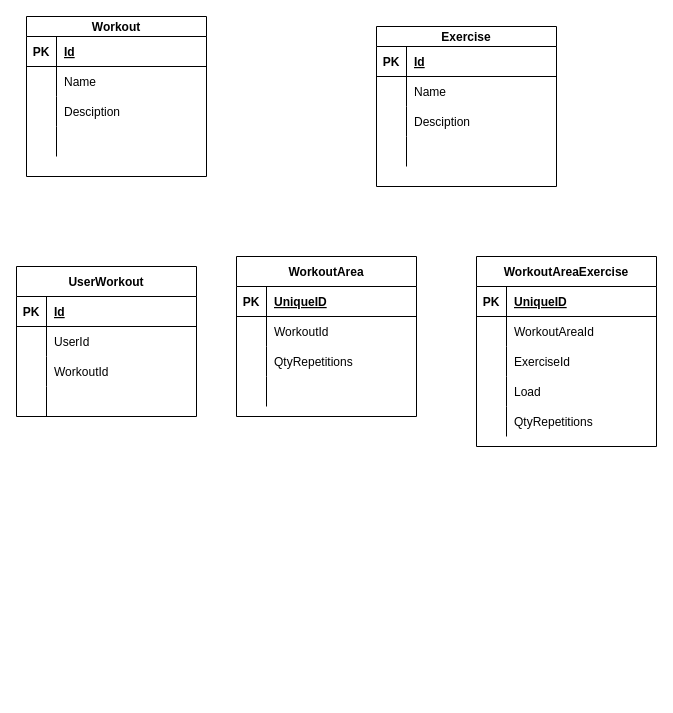
The draw.io diagram Design/DB/dbschema.drawio in jakubmorawski8/GymCore, before the edit. Source tidied: cells renumbered, new cells numbered last; positions are measured from the earlier drawing's top-left corner, leaving out a move shared by most shapes. Both pictures are drawn from the tidied source at 100%, with x=0, y=0 at pixel (16, 16).
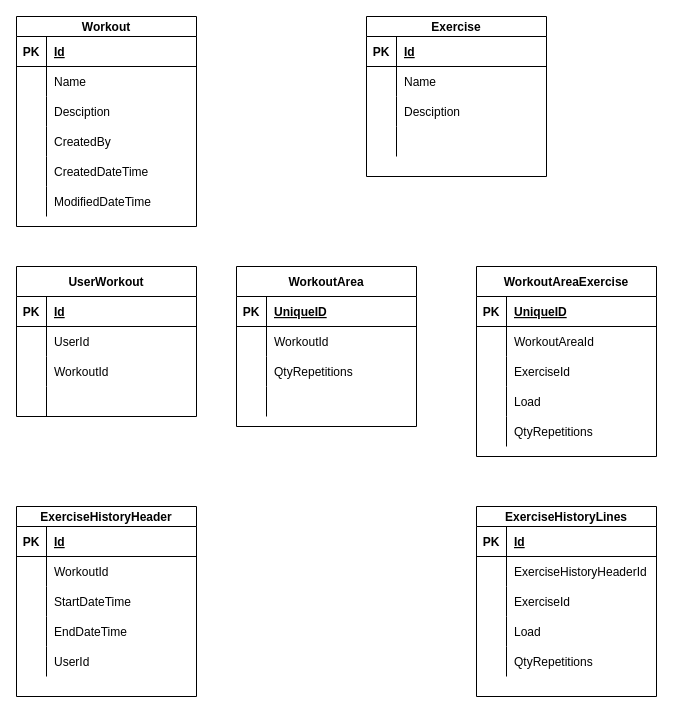
The same diagram, later.

The change refers to these unchanged cells:
```xml
<mxCell id="12" style="shape=partialRectangle;fillColor=none;top=0;left=0;bottom=0;right=0;" parent="2" vertex="1">
  <mxGeometry y="110" width="180" height="30" as="geometry" />
</mxCell>
```

Change to the diagram source:
```diff
@@
     <mxCell id="2" value="Workout" style="shape=table;startSize=20;childLayout=tableLayout;rowLines=0;fontStyle=1;align=center;" parent="1" vertex="1">
-      <mxGeometry x="10" width="180" height="160" as="geometry" />
+      <mxGeometry width="180" height="210" as="geometry" />
     </mxCell>
@@
-    <mxCell id="14" style="shape=partialRectangle;fillColor=none;top=0;left=0;bottom=0;right=0;align=left;spacingLeft=6;overflow=hidden;" parent="12" vertex="1">
+    <mxCell id="14" value="CreatedBy" style="shape=partialRectangle;fillColor=none;top=0;left=0;bottom=0;right=0;align=left;spacingLeft=6;overflow=hidden;" parent="12" vertex="1">
       <mxGeometry x="30" width="150" height="30" as="geometry" />
     </mxCell>
+    <mxCell id="70" style="shape=partialRectangle;fillColor=none;top=0;left=0;bottom=0;right=0;" parent="2" vertex="1">
+      <mxGeometry y="140" width="180" height="30" as="geometry" />
+    </mxCell>
+    <mxCell id="71" style="shape=partialRectangle;fillColor=none;top=0;left=0;bottom=0;right=0;overflow=hidden;" parent="70" vertex="1">
+      <mxGeometry width="30" height="30" as="geometry" />
+    </mxCell>
+    <mxCell id="72" value="CreatedDateTime" style="shape=partialRectangle;fillColor=none;top=0;left=0;bottom=0;right=0;align=left;spacingLeft=6;overflow=hidden;" parent="70" vertex="1">
+      <mxGeometry x="30" width="150" height="30" as="geometry" />
+    </mxCell>
+    <mxCell id="73" style="shape=partialRectangle;fillColor=none;top=0;left=0;bottom=0;right=0;" parent="2" vertex="1">
+      <mxGeometry y="170" width="180" height="30" as="geometry" />
+    </mxCell>
+    <mxCell id="74" style="shape=partialRectangle;fillColor=none;top=0;left=0;bottom=0;right=0;overflow=hidden;" parent="73" vertex="1">
+      <mxGeometry width="30" height="30" as="geometry" />
+    </mxCell>
+    <mxCell id="75" value="ModifiedDateTime" style="shape=partialRectangle;fillColor=none;top=0;left=0;bottom=0;right=0;align=left;spacingLeft=6;overflow=hidden;" parent="73" vertex="1">
+      <mxGeometry x="30" width="150" height="30" as="geometry" />
+    </mxCell>
     <mxCell id="15" value="Exercise" style="shape=table;startSize=20;childLayout=tableLayout;rowLines=0;fontStyle=1;align=center;" parent="1" vertex="1">
-      <mxGeometry x="360" y="10" width="180" height="160" as="geometry" />
+      <mxGeometry x="350" width="180" height="160" as="geometry" />
     </mxCell>
@@
     <mxCell id="41" value="WorkoutArea" style="shape=table;startSize=30;childLayout=tableLayout;rowLines=0;fontStyle=1;align=center;" parent="1" vertex="1">
-      <mxGeometry x="220" y="240" width="180" height="160" as="geometry" />
+      <mxGeometry x="220" y="250" width="180" height="160" as="geometry" />
     </mxCell>
@@
     <mxCell id="54" value="WorkoutAreaExercise" style="shape=table;startSize=30;childLayout=tableLayout;rowLines=0;fontStyle=1;align=center;" parent="1" vertex="1">
-      <mxGeometry x="460" y="240" width="180" height="190" as="geometry" />
+      <mxGeometry x="460" y="250" width="180" height="190" as="geometry" />
     </mxCell>
@@
+    <mxCell id="76" value="ExerciseHistoryHeader" style="shape=table;startSize=20;childLayout=tableLayout;rowLines=0;fontStyle=1;align=center;" parent="1" vertex="1">
+      <mxGeometry y="490" width="180" height="190" as="geometry" />
+    </mxCell>
+    <mxCell id="77" style="shape=partialRectangle;fillColor=none;top=0;left=0;bottom=1;right=0;" parent="76" vertex="1">
+      <mxGeometry y="20" width="180" height="30" as="geometry" />
+    </mxCell>
+    <mxCell id="78" value="PK" style="shape=partialRectangle;fillColor=none;top=0;left=0;bottom=0;right=0;fontStyle=1;overflow=hidden;" parent="77" vertex="1">
+      <mxGeometry width="30" height="30" as="geometry" />
+    </mxCell>
+    <mxCell id="79" value="Id" style="shape=partialRectangle;fillColor=none;top=0;left=0;bottom=0;right=0;align=left;spacingLeft=6;fontStyle=5;overflow=hidden;" parent="77" vertex="1">
+      <mxGeometry x="30" width="150" height="30" as="geometry" />
+    </mxCell>
+    <mxCell id="80" style="shape=partialRectangle;fillColor=none;top=0;left=0;bottom=0;right=0;" parent="76" vertex="1">
+      <mxGeometry y="50" width="180" height="30" as="geometry" />
+    </mxCell>
+    <mxCell id="81" style="shape=partialRectangle;fillColor=none;top=0;left=0;bottom=0;right=0;overflow=hidden;" parent="80" vertex="1">
+      <mxGeometry width="30" height="30" as="geometry" />
+    </mxCell>
+    <mxCell id="82" value="WorkoutId" style="shape=partialRectangle;fillColor=none;top=0;left=0;bottom=0;right=0;align=left;spacingLeft=6;overflow=hidden;" parent="80" vertex="1">
+      <mxGeometry x="30" width="150" height="30" as="geometry" />
+    </mxCell>
+    <mxCell id="83" style="shape=partialRectangle;fillColor=none;top=0;left=0;bottom=0;right=0;" parent="76" vertex="1">
+      <mxGeometry y="80" width="180" height="30" as="geometry" />
+    </mxCell>
+    <mxCell id="84" style="shape=partialRectangle;fillColor=none;top=0;left=0;bottom=0;right=0;overflow=hidden;" parent="83" vertex="1">
+      <mxGeometry width="30" height="30" as="geometry" />
+    </mxCell>
+    <mxCell id="85" value="StartDateTime" style="shape=partialRectangle;fillColor=none;top=0;left=0;bottom=0;right=0;align=left;spacingLeft=6;overflow=hidden;" parent="83" vertex="1">
+      <mxGeometry x="30" width="150" height="30" as="geometry" />
+    </mxCell>
+    <mxCell id="86" style="shape=partialRectangle;fillColor=none;top=0;left=0;bottom=0;right=0;" parent="76" vertex="1">
+      <mxGeometry y="110" width="180" height="30" as="geometry" />
+    </mxCell>
+    <mxCell id="87" style="shape=partialRectangle;fillColor=none;top=0;left=0;bottom=0;right=0;overflow=hidden;" parent="86" vertex="1">
+      <mxGeometry width="30" height="30" as="geometry" />
+    </mxCell>
+    <mxCell id="88" value="EndDateTime" style="shape=partialRectangle;fillColor=none;top=0;left=0;bottom=0;right=0;align=left;spacingLeft=6;overflow=hidden;" parent="86" vertex="1">
+      <mxGeometry x="30" width="150" height="30" as="geometry" />
+    </mxCell>
+    <mxCell id="89" style="shape=partialRectangle;fillColor=none;top=0;left=0;bottom=0;right=0;" parent="76" vertex="1">
+      <mxGeometry y="140" width="180" height="30" as="geometry" />
+    </mxCell>
+    <mxCell id="90" style="shape=partialRectangle;fillColor=none;top=0;left=0;bottom=0;right=0;overflow=hidden;" parent="89" vertex="1">
+      <mxGeometry width="30" height="30" as="geometry" />
+    </mxCell>
+    <mxCell id="91" value="UserId" style="shape=partialRectangle;fillColor=none;top=0;left=0;bottom=0;right=0;align=left;spacingLeft=6;overflow=hidden;" parent="89" vertex="1">
+      <mxGeometry x="30" width="150" height="30" as="geometry" />
+    </mxCell>
+    <mxCell id="92" value="ExerciseHistoryLines" style="shape=table;startSize=20;childLayout=tableLayout;rowLines=0;fontStyle=1;align=center;" parent="1" vertex="1">
+      <mxGeometry x="460" y="490" width="180" height="190" as="geometry" />
+    </mxCell>
+    <mxCell id="93" style="shape=partialRectangle;fillColor=none;top=0;left=0;bottom=1;right=0;" parent="92" vertex="1">
+      <mxGeometry y="20" width="180" height="30" as="geometry" />
+    </mxCell>
+    <mxCell id="94" value="PK" style="shape=partialRectangle;fillColor=none;top=0;left=0;bottom=0;right=0;fontStyle=1;overflow=hidden;" parent="93" vertex="1">
+      <mxGeometry width="30" height="30" as="geometry" />
+    </mxCell>
+    <mxCell id="95" value="Id" style="shape=partialRectangle;fillColor=none;top=0;left=0;bottom=0;right=0;align=left;spacingLeft=6;fontStyle=5;overflow=hidden;" parent="93" vertex="1">
+      <mxGeometry x="30" width="150" height="30" as="geometry" />
+    </mxCell>
+    <mxCell id="96" style="shape=partialRectangle;fillColor=none;top=0;left=0;bottom=0;right=0;" parent="92" vertex="1">
+      <mxGeometry y="50" width="180" height="30" as="geometry" />
+    </mxCell>
+    <mxCell id="97" style="shape=partialRectangle;fillColor=none;top=0;left=0;bottom=0;right=0;overflow=hidden;" parent="96" vertex="1">
+      <mxGeometry width="30" height="30" as="geometry" />
+    </mxCell>
+    <mxCell id="98" value="ExerciseHistoryHeaderId" style="shape=partialRectangle;fillColor=none;top=0;left=0;bottom=0;right=0;align=left;spacingLeft=6;overflow=hidden;" parent="96" vertex="1">
+      <mxGeometry x="30" width="150" height="30" as="geometry" />
+    </mxCell>
+    <mxCell id="99" style="shape=partialRectangle;fillColor=none;top=0;left=0;bottom=0;right=0;" parent="92" vertex="1">
+      <mxGeometry y="80" width="180" height="30" as="geometry" />
+    </mxCell>
+    <mxCell id="100" style="shape=partialRectangle;fillColor=none;top=0;left=0;bottom=0;right=0;overflow=hidden;" parent="99" vertex="1">
+      <mxGeometry width="30" height="30" as="geometry" />
+    </mxCell>
+    <mxCell id="101" value="ExerciseId" style="shape=partialRectangle;fillColor=none;top=0;left=0;bottom=0;right=0;align=left;spacingLeft=6;overflow=hidden;" parent="99" vertex="1">
+      <mxGeometry x="30" width="150" height="30" as="geometry" />
+    </mxCell>
+    <mxCell id="102" style="shape=partialRectangle;fillColor=none;top=0;left=0;bottom=0;right=0;" parent="92" vertex="1">
+      <mxGeometry y="110" width="180" height="30" as="geometry" />
+    </mxCell>
+    <mxCell id="103" style="shape=partialRectangle;fillColor=none;top=0;left=0;bottom=0;right=0;overflow=hidden;" parent="102" vertex="1">
+      <mxGeometry width="30" height="30" as="geometry" />
+    </mxCell>
+    <mxCell id="104" value="Load" style="shape=partialRectangle;fillColor=none;top=0;left=0;bottom=0;right=0;align=left;spacingLeft=6;overflow=hidden;" parent="102" vertex="1">
+      <mxGeometry x="30" width="150" height="30" as="geometry" />
+    </mxCell>
+    <mxCell id="105" style="shape=partialRectangle;fillColor=none;top=0;left=0;bottom=0;right=0;" parent="92" vertex="1">
+      <mxGeometry y="140" width="180" height="30" as="geometry" />
+    </mxCell>
+    <mxCell id="106" style="shape=partialRectangle;fillColor=none;top=0;left=0;bottom=0;right=0;overflow=hidden;" parent="105" vertex="1">
+      <mxGeometry width="30" height="30" as="geometry" />
+    </mxCell>
+    <mxCell id="107" value="QtyRepetitions" style="shape=partialRectangle;fillColor=none;top=0;left=0;bottom=0;right=0;align=left;spacingLeft=6;overflow=hidden;" parent="105" vertex="1">
+      <mxGeometry x="30" width="150" height="30" as="geometry" />
+    </mxCell>
```
